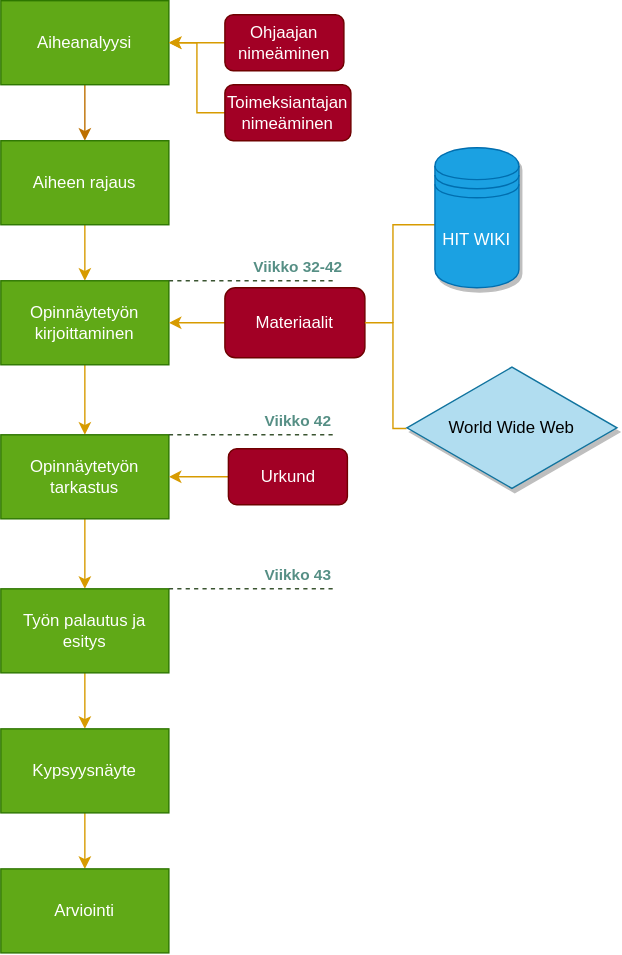
Earlier version of the draw.io export oppari_process.svg (hirsmaki/oppari). Source tidied: cells renumbered, new cells last; positions are measured from the earlier drawing's top-left corner, leaving out a move shared by most shapes.
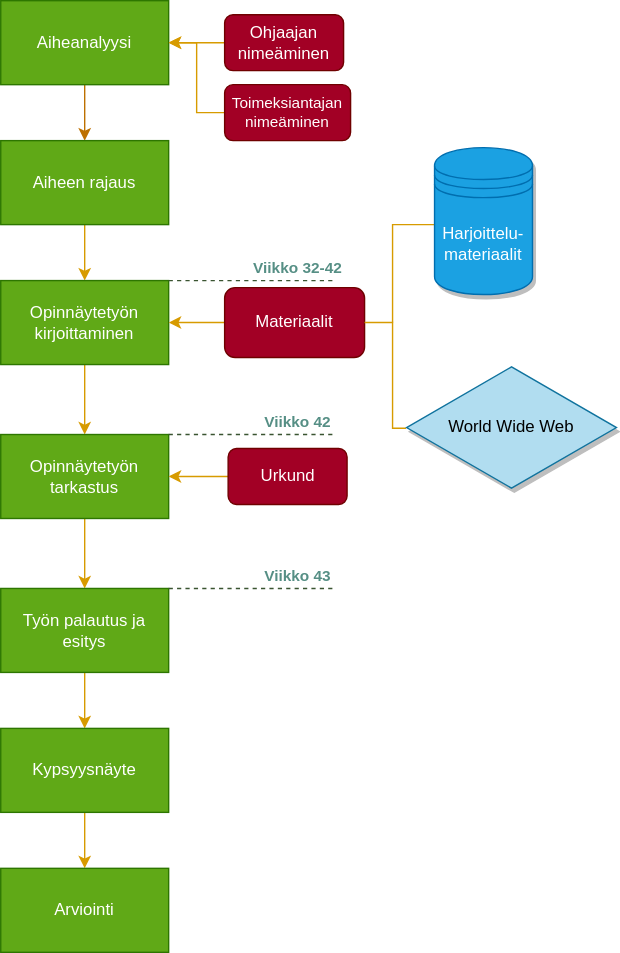
Above is the later version.

The edit, as a diff of the source:
```diff
@@ -41,8 +41,8 @@
         </Array>
       </mxGeometry>
     </mxCell>
-    <mxCell id="13" value="HIT WIKI" style="shape=datastore;whiteSpace=wrap;html=1;shadow=1;fillColor=#1ba1e2;strokeColor=#006EAF;fontColor=#ffffff;" parent="1" vertex="1">
-      <mxGeometry x="310" y="105" width="60" height="100" as="geometry" />
+    <mxCell id="13" value="&lt;div&gt;Harjoittelu-&lt;/div&gt;&lt;div&gt;materiaalit&lt;br&gt;&lt;/div&gt;" style="shape=datastore;whiteSpace=wrap;html=1;shadow=1;fillColor=#1ba1e2;strokeColor=#006EAF;fontColor=#ffffff;" parent="1" vertex="1">
+      <mxGeometry x="310" y="105" width="70" height="105" as="geometry" />
     </mxCell>
     <mxCell id="14" style="edgeStyle=orthogonalEdgeStyle;rounded=0;jettySize=auto;html=1;endArrow=none;endFill=0;entryX=1;entryY=0.5;entryDx=0;entryDy=0;exitX=-0.002;exitY=0.506;exitDx=0;exitDy=0;exitPerimeter=0;fillColor=#ffcd28;strokeColor=#d79b00;gradientColor=#ffa500;" parent="1" edge="1" source="15" target="11">
       <mxGeometry relative="1" as="geometry">
@@ -93,7 +93,7 @@
         </Array>
       </mxGeometry>
     </mxCell>
-    <mxCell id="26" value="Toimeksiantajan nimeäminen" style="rounded=1;whiteSpace=wrap;html=1;fillColor=#a20025;strokeColor=#6F0000;fontColor=#ffffff;" parent="1" vertex="1">
+    <mxCell id="26" value="Toimeksiantajan nimeäminen" style="rounded=1;whiteSpace=wrap;html=1;fillColor=#a20025;strokeColor=#6F0000;fontColor=#ffffff;fontSize=11;" parent="1" vertex="1">
       <mxGeometry x="160" y="60" width="90" height="40" as="geometry" />
     </mxCell>
     <mxCell id="27" style="endArrow=none;dashed=1;html=1;fontColor=#568F85;fillColor=#76608a;exitX=1;exitY=0;exitDx=0;exitDy=0;strokeColor=#3A5431;" parent="1" edge="1" source="9">
```
